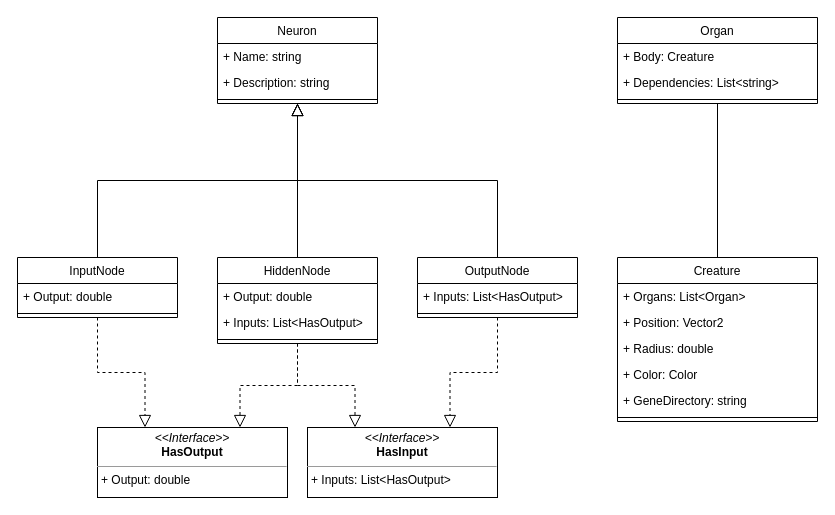
Above: ClassDiagram.drawio in Exouxas/FosterScript.Core (draw.io), before the change. Source tidied: cells renumbered, new cells numbered last; positions are measured from the earlier drawing's top-left corner, leaving out a move shared by most shapes. Both pictures are drawn from the tidied source at 100%, with x=0, y=0 at pixel (17, 17).
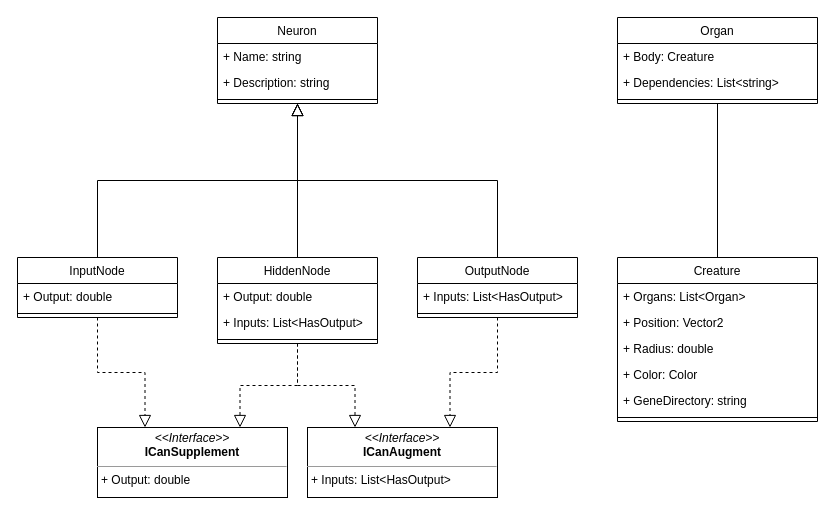
The same diagram, later.

Commit message:
Named interfaces

Diff of the diagram source:
```diff
@@
-    <mxCell id="31" value="&lt;p style=&quot;margin: 0px ; margin-top: 4px ; text-align: center&quot;&gt;&lt;i&gt;&amp;lt;&amp;lt;Interface&amp;gt;&amp;gt;&lt;/i&gt;&lt;br&gt;&lt;b&gt;HasInput&lt;/b&gt;&lt;/p&gt;&lt;hr size=&quot;1&quot;&gt;&lt;p style=&quot;margin: 0px ; margin-left: 4px&quot;&gt;+ Inputs: List&amp;lt;HasOutput&amp;gt;&lt;br&gt;&lt;/p&gt;" style="verticalAlign=top;align=left;overflow=fill;fontSize=12;fontFamily=Helvetica;html=1;" parent="1" vertex="1">
+    <mxCell id="31" value="&lt;p style=&quot;margin: 0px ; margin-top: 4px ; text-align: center&quot;&gt;&lt;i&gt;&amp;lt;&amp;lt;Interface&amp;gt;&amp;gt;&lt;/i&gt;&lt;br&gt;&lt;b&gt;ICanAugment&lt;/b&gt;&lt;/p&gt;&lt;hr size=&quot;1&quot;&gt;&lt;p style=&quot;margin: 0px ; margin-left: 4px&quot;&gt;+ Inputs: List&amp;lt;HasOutput&amp;gt;&lt;br&gt;&lt;/p&gt;" style="verticalAlign=top;align=left;overflow=fill;fontSize=12;fontFamily=Helvetica;html=1;" parent="1" vertex="1">
       <mxGeometry x="290" y="410" width="190" height="70" as="geometry" />
     </mxCell>
-    <mxCell id="32" value="&lt;p style=&quot;margin: 0px ; margin-top: 4px ; text-align: center&quot;&gt;&lt;i&gt;&amp;lt;&amp;lt;Interface&amp;gt;&amp;gt;&lt;/i&gt;&lt;br&gt;&lt;b&gt;HasOutput&lt;/b&gt;&lt;/p&gt;&lt;hr size=&quot;1&quot;&gt;&lt;p style=&quot;margin: 0px ; margin-left: 4px&quot;&gt;+ Output: double&lt;br&gt;&lt;/p&gt;" style="verticalAlign=top;align=left;overflow=fill;fontSize=12;fontFamily=Helvetica;html=1;" parent="1" vertex="1">
+    <mxCell id="32" value="&lt;p style=&quot;margin: 0px ; margin-top: 4px ; text-align: center&quot;&gt;&lt;i&gt;&amp;lt;&amp;lt;Interface&amp;gt;&amp;gt;&lt;/i&gt;&lt;br&gt;&lt;b&gt;ICanSupplement&lt;/b&gt;&lt;/p&gt;&lt;hr size=&quot;1&quot;&gt;&lt;p style=&quot;margin: 0px ; margin-left: 4px&quot;&gt;+ Output: double&lt;br&gt;&lt;/p&gt;" style="verticalAlign=top;align=left;overflow=fill;fontSize=12;fontFamily=Helvetica;html=1;" parent="1" vertex="1">
       <mxGeometry x="80" y="410" width="190" height="70" as="geometry" />
     </mxCell>
```
